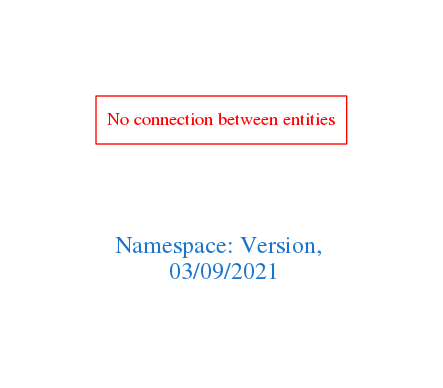
Before: downloads/Version.png, a diagram exported from Graphviz (arago/OGIT). Its source is kept beside it as downloads/Version.dot.
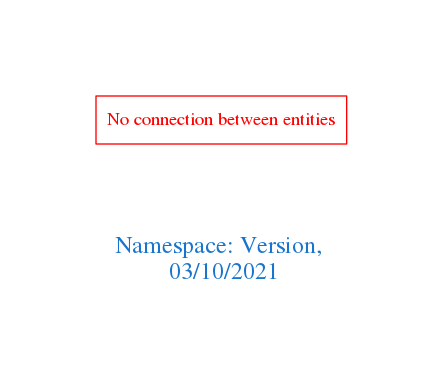
The same file after the commit.

Diff of the diagram source:
```diff
@@ -1,7 +1,7 @@
 digraph OGIT_ontology {
  graph [ rankdir= LR,pad=1
 fontsize = 18,
-fontcolor= dodgerblue3,label = "\n\n\nNamespace: Version, \n 03/09/2021"];
+fontcolor= dodgerblue3,label = "\n\n\nNamespace: Version, \n 03/10/2021"];
 node[shape=polygon];
 edge [  color="gray81"];
 
```
